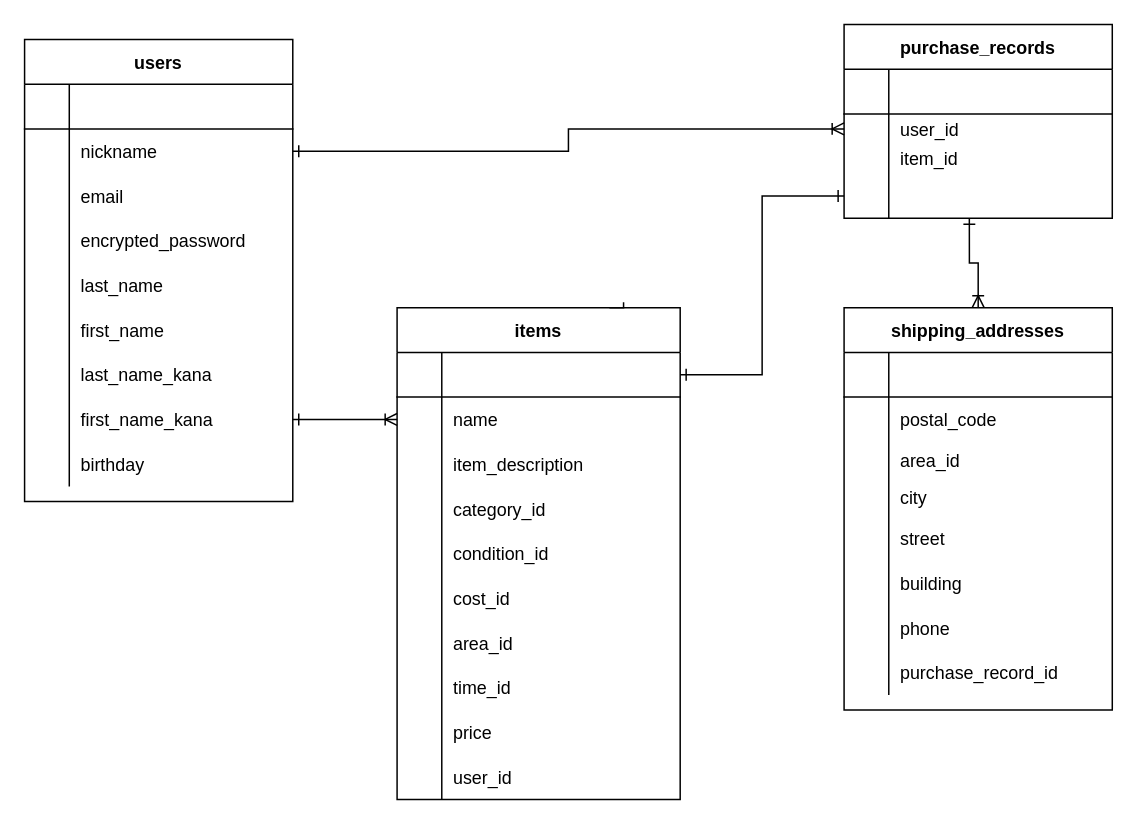
Before: ER.dio in omokun/furima-36222, a draw.io diagram. Source tidied: cells renumbered, new cells numbered last; positions are measured from the earlier drawing's top-left corner, leaving out a move shared by most shapes. Both pictures are drawn from the tidied source at 149%, with x=0, y=0 at pixel (24, 24).
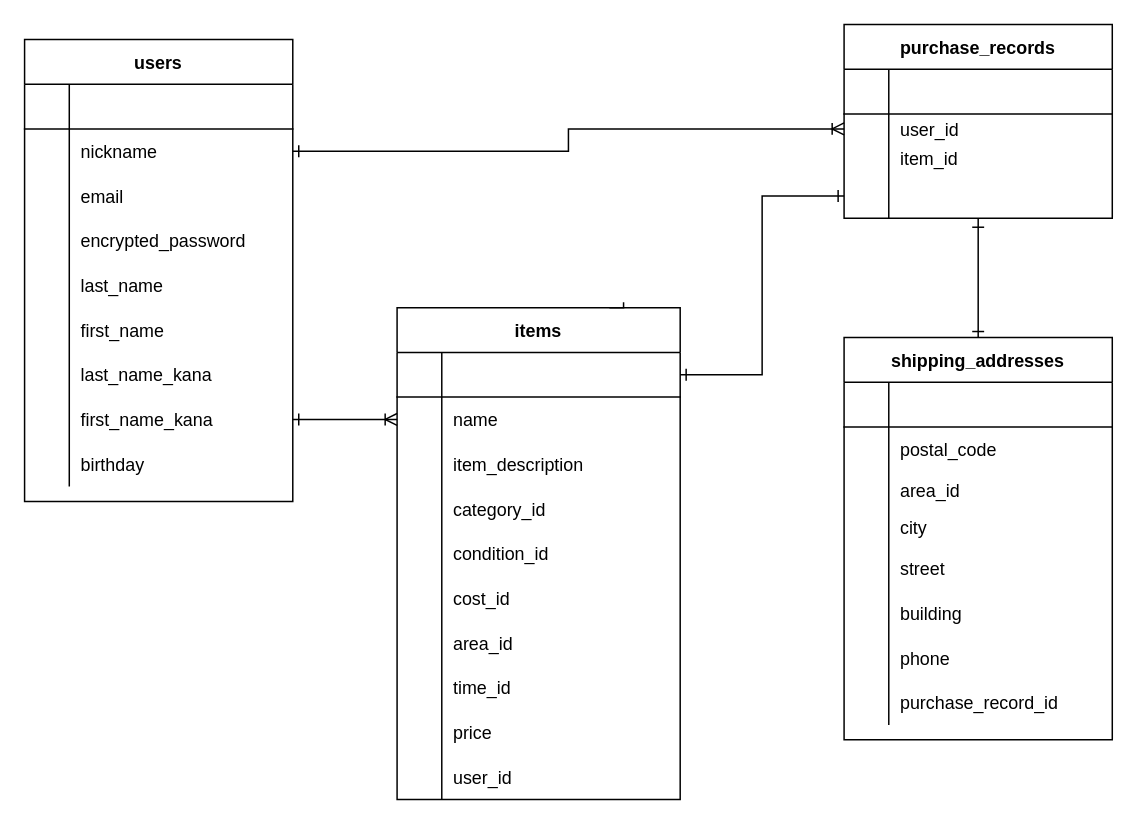
The same diagram, later.

Unchanged cells that the change refers to:
```xml
<mxCell id="40" style="shape=partialRectangle;fillColor=none;top=0;left=0;bottom=0;right=0;points=[[0,0.5],[1,0.5]];portConstraint=eastwest;" parent="30" vertex="1">
  <mxGeometry y="100" width="180" height="30" as="geometry" />
</mxCell>
```

Change to the diagram source:
```diff
@@
-    <mxCell id="74" style="edgeStyle=orthogonalEdgeStyle;rounded=0;jettySize=auto;html=1;entryX=0.467;entryY=1;entryDx=0;entryDy=0;entryPerimeter=0;startArrow=ERoneToMany;startFill=0;endArrow=ERone;endFill=0;strokeWidth=1;" parent="1" edge="1" source="75" target="40">
-      <mxGeometry relative="1" as="geometry" />
-    </mxCell>
+    <mxCell id="104" style="edgeStyle=orthogonalEdgeStyle;rounded=0;jettySize=auto;html=1;exitX=0.5;exitY=0;exitDx=0;exitDy=0;endArrow=ERone;endFill=0;startArrow=ERone;startFill=0;" parent="1" edge="1" source="75">
+      <mxGeometry relative="1" as="geometry">
+        <mxPoint x="640" y="140" as="targetPoint" />
+        <Array as="points">
+          <mxPoint x="640" y="130" />
+          <mxPoint x="640" y="130" />
+        </Array>
+      </mxGeometry>
+    </mxCell>
     <mxCell id="75" value="shipping_addresses" style="shape=table;startSize=30;childLayout=tableLayout;rowLines=0;fontStyle=1;align=center;" parent="1" vertex="1">
-      <mxGeometry x="550" y="190" width="180" height="270" as="geometry" />
+      <mxGeometry x="550" y="210" width="180" height="270" as="geometry" />
     </mxCell>
```
